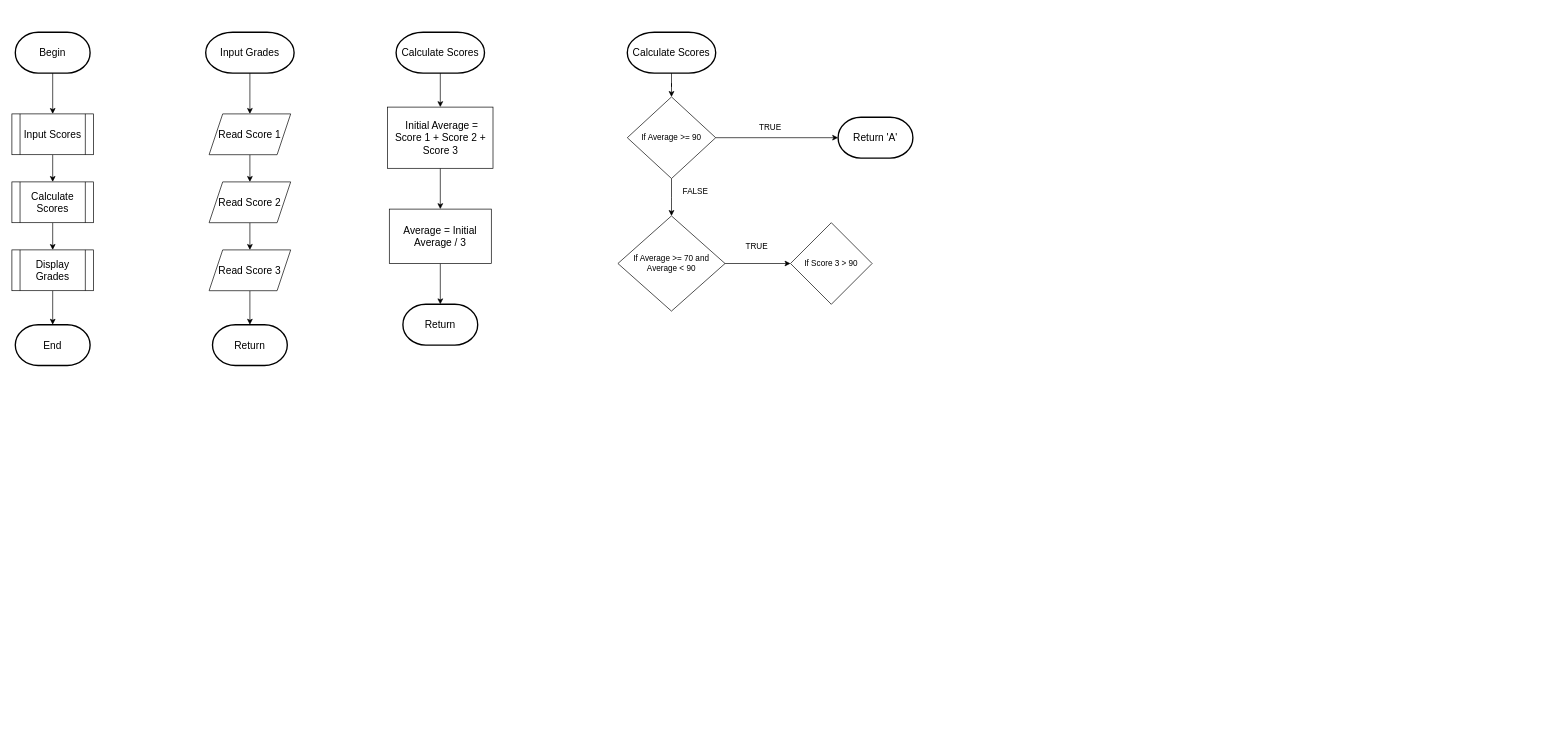
AmawNiZy/Assignments keeps this draw.io diagram as Program33-Flowchart.drawio. Above is the earlier version. Source tidied: cells renumbered, new cells numbered last; positions are measured from the earlier drawing's top-left corner, leaving out a move shared by most shapes. Both pictures are drawn from the tidied source at 68%, with x=0, y=0 at pixel (12, 32).
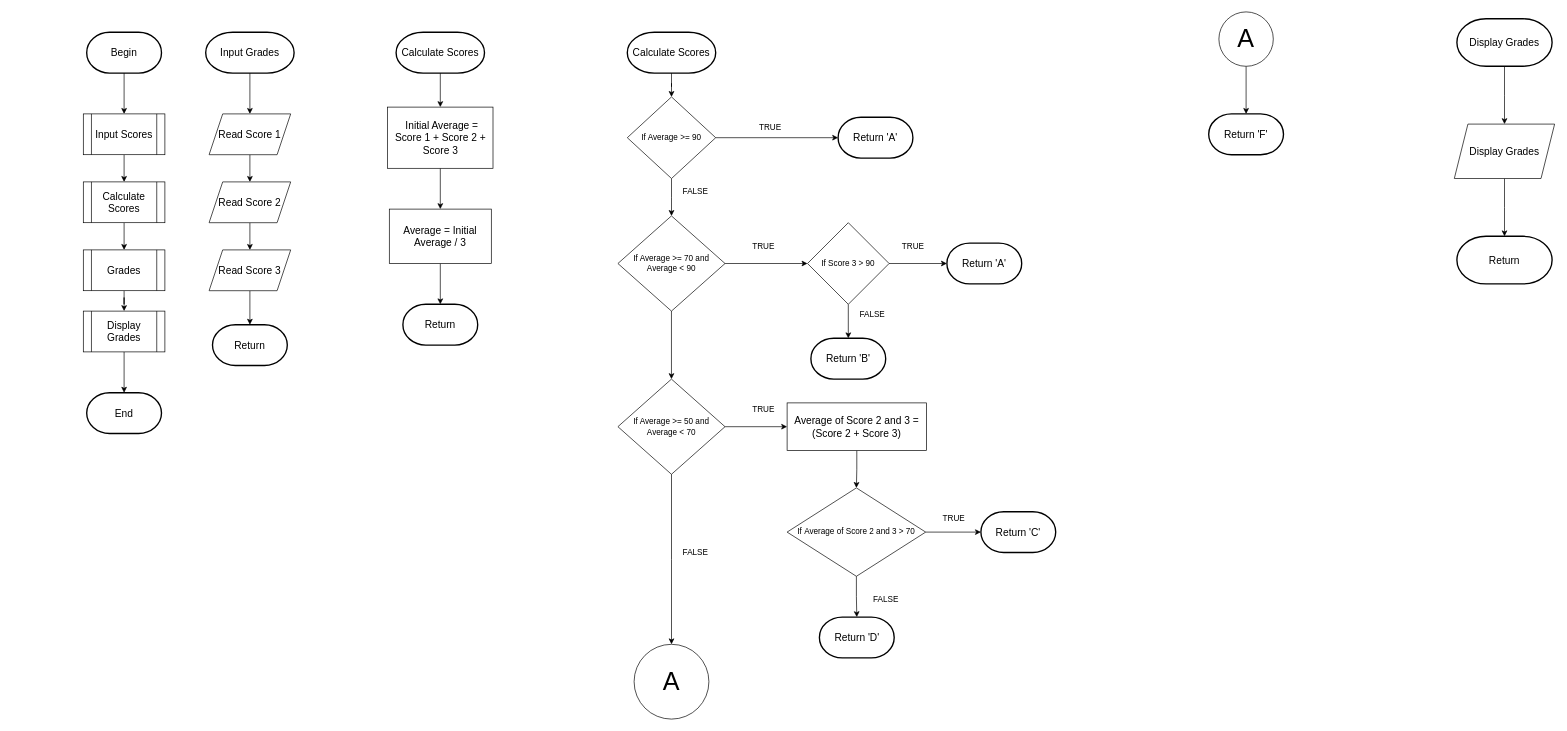
Above is the later version.

The change refers to these unchanged cells:
```xml
<mxCell id="35" value="If Average &amp;gt;= 70 and &lt;br&gt;Average &amp;lt; 90" style="rhombus;whiteSpace=wrap;html=1;" parent="1" vertex="1">
  <mxGeometry x="891.2" y="270" width="157.5" height="140" as="geometry" />
</mxCell>
```

What changed in the source:
```diff
@@
     <mxCell id="3" value="&lt;font style=&quot;font-size: 15px;&quot;&gt;Begin&lt;/font&gt;" style="strokeWidth=2;html=1;shape=mxgraph.flowchart.terminator;whiteSpace=wrap;fontSize=15;" parent="1" vertex="1">
-      <mxGeometry x="5" width="110" height="60" as="geometry" />
+      <mxGeometry x="110" width="110" height="60" as="geometry" />
     </mxCell>
@@
     <mxCell id="5" value="Input Scores" style="shape=process;whiteSpace=wrap;html=1;backgroundOutline=1;fontSize=15;" parent="1" vertex="1">
-      <mxGeometry y="120" width="120" height="60" as="geometry" />
+      <mxGeometry x="105" y="120" width="120" height="60" as="geometry" />
     </mxCell>
-    <mxCell id="6" style="edgeStyle=orthogonalEdgeStyle;rounded=0;jettySize=auto;html=1;fontSize=15;" parent="1" edge="1" source="7" target="9">
+    <mxCell id="6" style="edgeStyle=orthogonalEdgeStyle;rounded=0;jettySize=auto;html=1;fontSize=15;entryX=0.5;entryY=0;entryDx=0;entryDy=0;" parent="1" edge="1" source="7" target="43">
       <mxGeometry relative="1" as="geometry" />
     </mxCell>
     <mxCell id="7" value="Calculate Scores" style="shape=process;whiteSpace=wrap;html=1;backgroundOutline=1;fontSize=15;" parent="1" vertex="1">
-      <mxGeometry y="220" width="120" height="60" as="geometry" />
+      <mxGeometry x="105" y="220" width="120" height="60" as="geometry" />
     </mxCell>
@@
     <mxCell id="9" value="Display Grades" style="shape=process;whiteSpace=wrap;html=1;backgroundOutline=1;fontSize=15;" parent="1" vertex="1">
-      <mxGeometry y="320" width="120" height="60" as="geometry" />
+      <mxGeometry x="105" y="410" width="120" height="60" as="geometry" />
     </mxCell>
     <mxCell id="10" value="&lt;font style=&quot;font-size: 15px;&quot;&gt;End&lt;/font&gt;" style="strokeWidth=2;html=1;shape=mxgraph.flowchart.terminator;whiteSpace=wrap;fontSize=15;" parent="1" vertex="1">
-      <mxGeometry x="5" y="430" width="110" height="60" as="geometry" />
+      <mxGeometry x="110" y="530" width="110" height="60" as="geometry" />
     </mxCell>
@@
+    <mxCell id="39" style="edgeStyle=orthogonalEdgeStyle;rounded=0;jettySize=auto;html=1;" parent="1" edge="1" source="35" target="48">
+      <mxGeometry relative="1" as="geometry" />
+    </mxCell>
@@
+    <mxCell id="40" style="edgeStyle=orthogonalEdgeStyle;rounded=0;jettySize=auto;html=1;" parent="1" edge="1" source="37" target="45">
+      <mxGeometry relative="1" as="geometry" />
+    </mxCell>
+    <mxCell id="41" style="edgeStyle=orthogonalEdgeStyle;rounded=0;jettySize=auto;html=1;" parent="1" edge="1" source="37" target="44">
+      <mxGeometry relative="1" as="geometry" />
+    </mxCell>
     <mxCell id="37" value="If Score 3 &amp;gt; 90" style="rhombus;whiteSpace=wrap;html=1;" parent="1" vertex="1">
-      <mxGeometry x="1145" y="280" width="120" height="120" as="geometry" />
+      <mxGeometry x="1170" y="280" width="120" height="120" as="geometry" />
     </mxCell>
     <mxCell id="38" value="TRUE" style="text;html=1;align=center;verticalAlign=middle;strokeColor=none;fillColor=none;" parent="1" vertex="1">
-      <mxGeometry x="1065" y="300" width="60" height="30" as="geometry" />
+      <mxGeometry x="1075" y="300" width="60" height="30" as="geometry" />
     </mxCell>
+    <mxCell id="42" style="edgeStyle=orthogonalEdgeStyle;rounded=0;jettySize=auto;html=1;" parent="1" edge="1" source="43" target="9">
+      <mxGeometry relative="1" as="geometry" />
+    </mxCell>
+    <mxCell id="43" value="Grades" style="shape=process;whiteSpace=wrap;html=1;backgroundOutline=1;fontSize=15;" parent="1" vertex="1">
+      <mxGeometry x="105" y="320" width="120" height="60" as="geometry" />
+    </mxCell>
+    <mxCell id="44" value="&lt;span style=&quot;font-size: 15px;&quot;&gt;Return 'A'&lt;/span&gt;" style="strokeWidth=2;html=1;shape=mxgraph.flowchart.terminator;whiteSpace=wrap;" parent="1" vertex="1">
+      <mxGeometry x="1375" y="310" width="110" height="60" as="geometry" />
+    </mxCell>
+    <mxCell id="45" value="&lt;span style=&quot;font-size: 15px;&quot;&gt;Return 'B'&lt;/span&gt;" style="strokeWidth=2;html=1;shape=mxgraph.flowchart.terminator;whiteSpace=wrap;" parent="1" vertex="1">
+      <mxGeometry x="1175" y="450" width="110" height="60" as="geometry" />
+    </mxCell>
+    <mxCell id="46" style="edgeStyle=orthogonalEdgeStyle;rounded=0;jettySize=auto;html=1;" parent="1" edge="1" source="48" target="56">
+      <mxGeometry relative="1" as="geometry" />
+    </mxCell>
+    <mxCell id="47" style="edgeStyle=orthogonalEdgeStyle;rounded=0;jettySize=auto;html=1;" parent="1" edge="1" source="48" target="59">
+      <mxGeometry relative="1" as="geometry" />
+    </mxCell>
+    <mxCell id="48" value="If Average &amp;gt;= 50 and &lt;br&gt;Average &amp;lt; 70" style="rhombus;whiteSpace=wrap;html=1;" parent="1" vertex="1">
+      <mxGeometry x="891.2" y="510" width="157.5" height="140" as="geometry" />
+    </mxCell>
+    <mxCell id="49" value="TRUE" style="text;html=1;align=center;verticalAlign=middle;strokeColor=none;fillColor=none;" parent="1" vertex="1">
+      <mxGeometry x="1295" y="300" width="60" height="30" as="geometry" />
+    </mxCell>
+    <mxCell id="50" value="FALSE" style="text;html=1;align=center;verticalAlign=middle;strokeColor=none;fillColor=none;" parent="1" vertex="1">
+      <mxGeometry x="1235" y="400" width="60" height="30" as="geometry" />
+    </mxCell>
+    <mxCell id="51" style="edgeStyle=orthogonalEdgeStyle;rounded=0;jettySize=auto;html=1;" parent="1" edge="1" source="53" target="57">
+      <mxGeometry relative="1" as="geometry" />
+    </mxCell>
+    <mxCell id="52" style="edgeStyle=orthogonalEdgeStyle;rounded=0;jettySize=auto;html=1;" parent="1" edge="1" source="53" target="58">
+      <mxGeometry relative="1" as="geometry" />
+    </mxCell>
+    <mxCell id="53" value="If&amp;nbsp;Average of Score 2 and 3&amp;nbsp;&amp;gt; 70" style="rhombus;whiteSpace=wrap;html=1;" parent="1" vertex="1">
+      <mxGeometry x="1140" y="670" width="203.8" height="130" as="geometry" />
+    </mxCell>
+    <mxCell id="54" value="TRUE" style="text;html=1;align=center;verticalAlign=middle;strokeColor=none;fillColor=none;" parent="1" vertex="1">
+      <mxGeometry x="1075" y="540" width="60" height="30" as="geometry" />
+    </mxCell>
+    <mxCell id="55" style="edgeStyle=orthogonalEdgeStyle;rounded=0;jettySize=auto;html=1;" parent="1" edge="1" source="56" target="53">
+      <mxGeometry relative="1" as="geometry" />
+    </mxCell>
+    <mxCell id="56" value="Average of Score 2 and 3 = (Score 2 + Score 3)" style="rounded=0;whiteSpace=wrap;html=1;fontSize=15;" parent="1" vertex="1">
+      <mxGeometry x="1140" y="545" width="205" height="70" as="geometry" />
+    </mxCell>
+    <mxCell id="57" value="&lt;span style=&quot;font-size: 15px;&quot;&gt;Return 'D'&lt;/span&gt;" style="strokeWidth=2;html=1;shape=mxgraph.flowchart.terminator;whiteSpace=wrap;" parent="1" vertex="1">
+      <mxGeometry x="1187.5" y="860" width="110" height="60" as="geometry" />
+    </mxCell>
+    <mxCell id="58" value="&lt;span style=&quot;font-size: 15px;&quot;&gt;Return 'C'&lt;/span&gt;" style="strokeWidth=2;html=1;shape=mxgraph.flowchart.terminator;whiteSpace=wrap;" parent="1" vertex="1">
+      <mxGeometry x="1425" y="705" width="110" height="60" as="geometry" />
+    </mxCell>
+    <mxCell id="59" value="&lt;font style=&quot;font-size: 37px;&quot;&gt;A&lt;/font&gt;" style="ellipse;whiteSpace=wrap;html=1;" parent="1" vertex="1">
+      <mxGeometry x="915" y="900" width="110" height="110" as="geometry" />
+    </mxCell>
+    <mxCell id="60" style="edgeStyle=orthogonalEdgeStyle;rounded=0;jettySize=auto;html=1;entryX=0.5;entryY=0;entryDx=0;entryDy=0;entryPerimeter=0;" parent="1" edge="1" source="61" target="62">
+      <mxGeometry relative="1" as="geometry" />
+    </mxCell>
+    <mxCell id="61" value="&lt;font style=&quot;font-size: 37px;&quot;&gt;A&lt;/font&gt;" style="ellipse;whiteSpace=wrap;html=1;" parent="1" vertex="1">
+      <mxGeometry x="1775" y="-30" width="80" height="80" as="geometry" />
+    </mxCell>
+    <mxCell id="62" value="&lt;span style=&quot;font-size: 15px;&quot;&gt;Return 'F'&lt;/span&gt;" style="strokeWidth=2;html=1;shape=mxgraph.flowchart.terminator;whiteSpace=wrap;" parent="1" vertex="1">
+      <mxGeometry x="1760" y="120" width="110" height="60" as="geometry" />
+    </mxCell>
+    <mxCell id="63" style="edgeStyle=orthogonalEdgeStyle;rounded=0;jettySize=auto;html=1;" parent="1" edge="1" source="64" target="66">
+      <mxGeometry relative="1" as="geometry" />
+    </mxCell>
+    <mxCell id="64" value="&lt;span style=&quot;font-size: 15px;&quot;&gt;Display Grades&lt;/span&gt;" style="strokeWidth=2;html=1;shape=mxgraph.flowchart.terminator;whiteSpace=wrap;fontSize=15;" parent="1" vertex="1">
+      <mxGeometry x="2125" y="-20" width="140" height="70" as="geometry" />
+    </mxCell>
+    <mxCell id="65" style="edgeStyle=orthogonalEdgeStyle;rounded=0;jettySize=auto;html=1;" parent="1" edge="1" source="66" target="67">
+      <mxGeometry relative="1" as="geometry" />
+    </mxCell>
+    <mxCell id="66" value="&lt;font style=&quot;font-size: 15px;&quot;&gt;Display Grades&lt;/font&gt;" style="shape=parallelogram;perimeter=parallelogramPerimeter;whiteSpace=wrap;html=1;fixedSize=1;" parent="1" vertex="1">
+      <mxGeometry x="2121.2" y="135" width="147.5" height="80" as="geometry" />
+    </mxCell>
+    <mxCell id="67" value="&lt;span style=&quot;font-size: 15px;&quot;&gt;Return&lt;/span&gt;" style="strokeWidth=2;html=1;shape=mxgraph.flowchart.terminator;whiteSpace=wrap;fontSize=15;" parent="1" vertex="1">
+      <mxGeometry x="2125" y="300" width="140" height="70" as="geometry" />
+    </mxCell>
+    <mxCell id="68" value="FALSE" style="text;html=1;align=center;verticalAlign=middle;strokeColor=none;fillColor=none;" parent="1" vertex="1">
+      <mxGeometry x="975" y="750" width="60" height="30" as="geometry" />
+    </mxCell>
+    <mxCell id="69" value="TRUE" style="text;html=1;align=center;verticalAlign=middle;strokeColor=none;fillColor=none;" parent="1" vertex="1">
+      <mxGeometry x="1355" y="700" width="60" height="30" as="geometry" />
+    </mxCell>
+    <mxCell id="70" value="FALSE" style="text;html=1;align=center;verticalAlign=middle;strokeColor=none;fillColor=none;" parent="1" vertex="1">
+      <mxGeometry x="1255" y="820" width="60" height="30" as="geometry" />
+    </mxCell>
```
